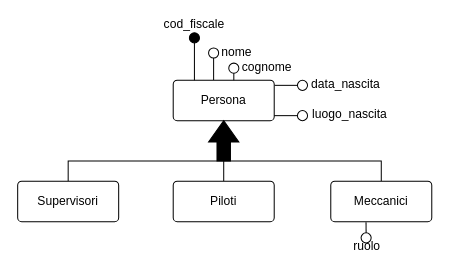
Before: er/gare_persone.drawio in NotXia/car-racing, a draw.io diagram. Source tidied: cells renumbered, new cells numbered last; positions are measured from the earlier drawing's top-left corner, leaving out a move shared by most shapes. Both pictures are drawn from the tidied source at 101%, with x=0, y=0 at pixel (17, 19).
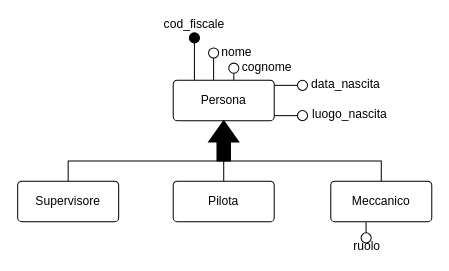
The same diagram, later.

What changed in the source:
```diff
@@
-    <mxCell id="3" value="Piloti" style="rounded=1;arcSize=10;whiteSpace=wrap;html=1;align=center;" parent="1" vertex="1">
+    <mxCell id="3" value="Pilota" style="rounded=1;arcSize=10;whiteSpace=wrap;html=1;align=center;" parent="1" vertex="1">
       <mxGeometry x="154" y="160" width="100" height="40" as="geometry" />
     </mxCell>
@@
-    <mxCell id="5" value="&lt;div&gt;Meccanici&lt;/div&gt;" style="rounded=1;arcSize=10;whiteSpace=wrap;html=1;align=center;" parent="1" vertex="1">
+    <mxCell id="5" value="&lt;div&gt;Meccanico&lt;/div&gt;" style="rounded=1;arcSize=10;whiteSpace=wrap;html=1;align=center;" parent="1" vertex="1">
       <mxGeometry x="310" y="160" width="100" height="40" as="geometry" />
     </mxCell>
@@
-    <mxCell id="7" value="Supervisori" style="rounded=1;arcSize=10;whiteSpace=wrap;html=1;align=center;" parent="1" vertex="1">
+    <mxCell id="7" value="Supervisore" style="rounded=1;arcSize=10;whiteSpace=wrap;html=1;align=center;" parent="1" vertex="1">
       <mxGeometry y="160" width="100" height="40" as="geometry" />
     </mxCell>
```
